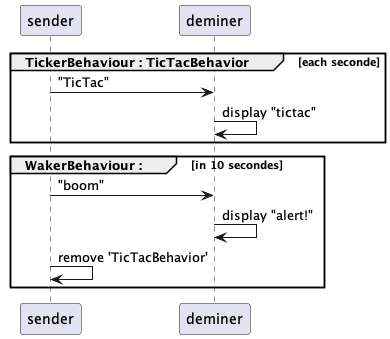
Earlier version of the PlantUML export ticTac/tictac.png (EmmanuelADAM/jade).
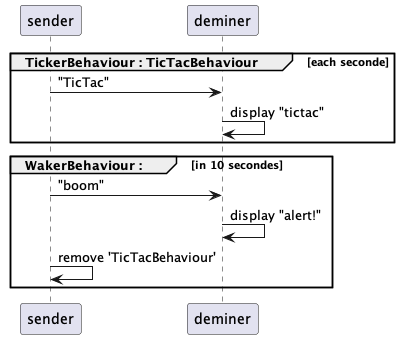
The same diagram one commit later.

The edit, as a diff of the source:
```diff
@@ -1,7 +1,7 @@
 @startuml tictac
 participant sender
 participant deminer
-group TickerBehaviour : TicTacBehavior [each seconde]
+group TickerBehaviour : TicTacBehaviour [each seconde]
   sender -> deminer  : "TicTac"
   deminer -> deminer : display "tictac"
 end
@@ -9,7 +9,7 @@
 group WakerBehaviour : [in 10 secondes]
     sender -> deminer: "boom"
     deminer -> deminer : display "alert!"
-    sender -> sender : remove 'TicTacBehavior'
+    sender -> sender : remove 'TicTacBehaviour'
 end
 
 @enduml
```
